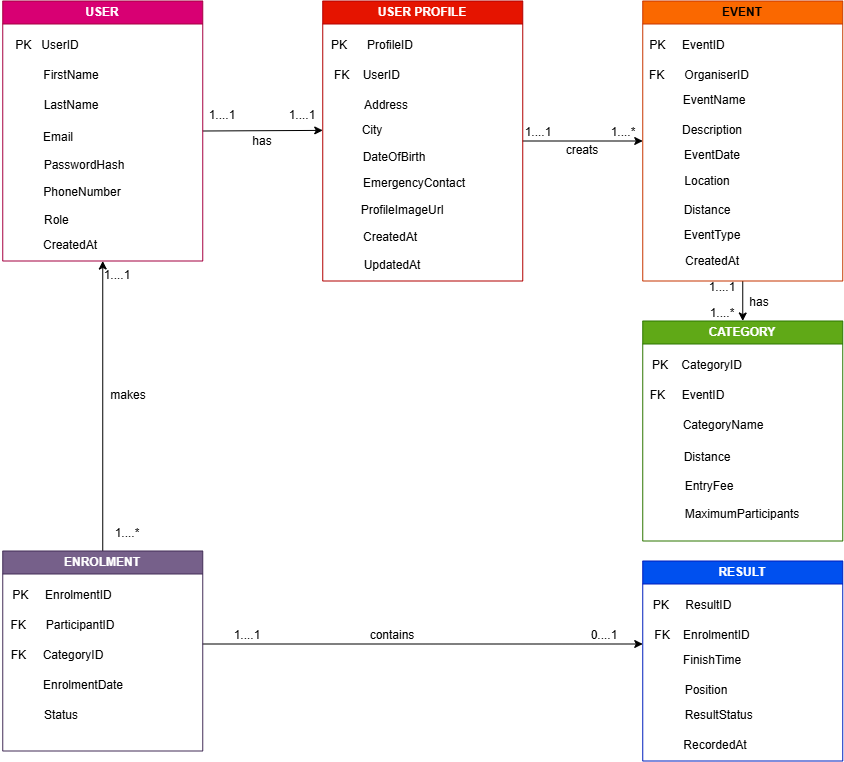
The draw.io diagram docs/RaceDay_ERD.png in Jaycrown7/ST10472632_PROG6212_POE_PART1_GROUP4, before a commit. Source tidied: cells renumbered, new cells last; positions are measured from the earlier drawing's top-left corner, leaving out a move shared by most shapes.
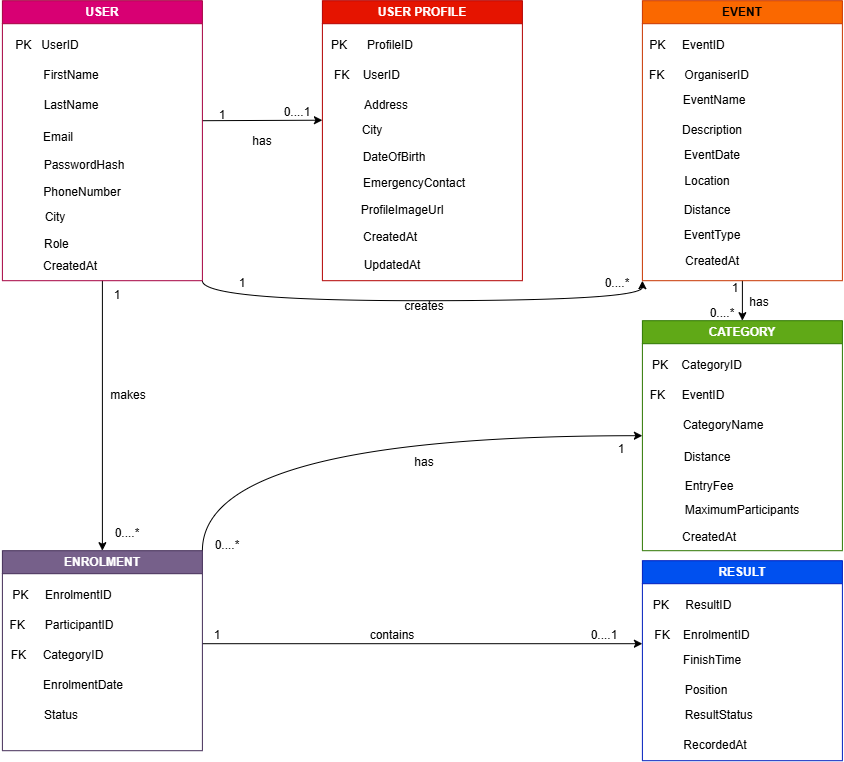
After the commit.

Commit message:
NEW Final RaceDay ERD

Change to the diagram source:
```diff
@@ -2,13 +2,19 @@
   <root>
     <mxCell id="0" />
     <mxCell id="1" parent="0" />
-    <mxCell id="2" style="edgeStyle=none;rounded=0;jettySize=auto;html=1;exitX=1;exitY=0.5;exitDx=0;exitDy=0;" parent="1" edge="1" source="3">
+    <mxCell id="2" style="edgeStyle=none;rounded=0;jettySize=auto;html=1;exitX=1;exitY=0.5;exitDx=0;exitDy=0;entryX=1;entryY=0.75;entryDx=0;entryDy=0;" parent="1" edge="1" target="54">
       <mxGeometry relative="1" as="geometry">
-        <mxPoint x="322" y="129.4" as="targetPoint" />
+        <mxPoint x="202" y="120" as="sourcePoint" />
       </mxGeometry>
     </mxCell>
+    <mxCell id="71" style="edgeStyle=none;rounded=0;jettySize=auto;html=1;exitX=0.5;exitY=1;exitDx=0;exitDy=0;" parent="1" edge="1" source="3" target="33">
+      <mxGeometry relative="1" as="geometry" />
+    </mxCell>
+    <mxCell id="72" style="edgeStyle=orthogonalEdgeStyle;curved=1;rounded=0;jettySize=auto;html=1;exitX=1;exitY=1;exitDx=0;exitDy=0;entryX=0;entryY=1;entryDx=0;entryDy=0;" parent="1" edge="1" source="3" target="21">
+      <mxGeometry relative="1" as="geometry" />
+    </mxCell>
     <mxCell id="3" value="USER" style="swimlane;whiteSpace=wrap;html=1;fillColor=#d80073;strokeColor=#A50040;fontColor=#ffffff;" parent="1" vertex="1">
-      <mxGeometry x="2" width="200" height="260" as="geometry" />
+      <mxGeometry x="2" width="200" height="280" as="geometry" />
     </mxCell>
     <mxCell id="4" value="PK&amp;nbsp; &amp;nbsp;UserID" style="text;html=1;whiteSpace=wrap;strokeColor=none;fillColor=none;align=center;verticalAlign=middle;rounded=0;" parent="3" vertex="1">
       <mxGeometry x="10" y="30" width="70" height="30" as="geometry" />
@@ -26,17 +32,14 @@
       <mxGeometry x="32" y="150" width="100" height="30" as="geometry" />
     </mxCell>
     <mxCell id="9" value="&amp;nbsp; &amp;nbsp; &amp;nbsp;Role" style="text;html=1;whiteSpace=wrap;strokeColor=none;fillColor=none;align=center;verticalAlign=middle;rounded=0;" parent="3" vertex="1">
-      <mxGeometry x="16" y="204" width="60" height="30" as="geometry" />
+      <mxGeometry x="16" y="229" width="60" height="30" as="geometry" />
     </mxCell>
     <mxCell id="10" value="CreatedAt" style="text;html=1;whiteSpace=wrap;strokeColor=none;fillColor=none;align=center;verticalAlign=middle;rounded=0;" parent="3" vertex="1">
-      <mxGeometry x="38" y="230" width="60" height="30" as="geometry" />
+      <mxGeometry x="38" y="251" width="60" height="30" as="geometry" />
     </mxCell>
     <mxCell id="11" value="PhoneNumber" style="text;html=1;whiteSpace=wrap;strokeColor=none;fillColor=none;align=center;verticalAlign=middle;rounded=0;" parent="3" vertex="1">
       <mxGeometry x="50" y="177" width="60" height="30" as="geometry" />
     </mxCell>
-    <mxCell id="12" style="edgeStyle=none;rounded=0;jettySize=auto;html=1;exitX=1;exitY=0.5;exitDx=0;exitDy=0;entryX=0;entryY=0.5;entryDx=0;entryDy=0;" parent="1" edge="1" source="13" target="21">
-      <mxGeometry relative="1" as="geometry" />
-    </mxCell>
     <mxCell id="13" value="USER PROFILE" style="swimlane;whiteSpace=wrap;html=1;fillColor=#e51400;strokeColor=#B20000;fontColor=#ffffff;" parent="1" vertex="1">
       <mxGeometry x="322" width="200" height="280" as="geometry" />
     </mxCell>
@@ -91,15 +94,15 @@
     <mxCell id="30" value="Distance" style="text;html=1;whiteSpace=wrap;strokeColor=none;fillColor=none;align=center;verticalAlign=middle;rounded=0;" parent="21" vertex="1">
       <mxGeometry x="35" y="195" width="60" height="30" as="geometry" />
     </mxCell>
-    <mxCell id="31" style="edgeStyle=none;rounded=0;jettySize=auto;html=1;exitX=0.5;exitY=0;exitDx=0;exitDy=0;entryX=0.5;entryY=1;entryDx=0;entryDy=0;" parent="1" edge="1" source="33" target="3">
-      <mxGeometry relative="1" as="geometry" />
-    </mxCell>
     <mxCell id="32" style="edgeStyle=none;rounded=0;orthogonalLoop=1;jettySize=auto;html=1;exitX=1;exitY=0.5;exitDx=0;exitDy=0;" parent="1" edge="1">
       <mxGeometry relative="1" as="geometry">
         <mxPoint x="202" y="643" as="sourcePoint" />
         <mxPoint x="642" y="643" as="targetPoint" />
       </mxGeometry>
     </mxCell>
+    <mxCell id="73" style="edgeStyle=orthogonalEdgeStyle;curved=1;rounded=0;jettySize=auto;html=1;exitX=1;exitY=0;exitDx=0;exitDy=0;entryX=0;entryY=0.5;entryDx=0;entryDy=0;" parent="1" edge="1" source="33" target="39">
+      <mxGeometry relative="1" as="geometry" />
+    </mxCell>
     <mxCell id="33" value="ENROLMENT" style="swimlane;whiteSpace=wrap;html=1;fillColor=#76608a;strokeColor=#432D57;fontColor=#ffffff;" parent="1" vertex="1">
       <mxGeometry x="2" y="550" width="200" height="200" as="geometry" />
     </mxCell>
@@ -119,7 +122,7 @@
       <mxGeometry x="29" y="150" width="60" height="30" as="geometry" />
     </mxCell>
     <mxCell id="39" value="CATEGORY" style="swimlane;whiteSpace=wrap;html=1;fillColor=#60a917;strokeColor=#2D7600;fontColor=#ffffff;" parent="1" vertex="1">
-      <mxGeometry x="642" y="320" width="200" height="220" as="geometry" />
+      <mxGeometry x="642" y="320" width="200" height="230" as="geometry" />
     </mxCell>
     <mxCell id="40" value="PK&amp;nbsp; &amp;nbsp; CategoryID" style="text;html=1;whiteSpace=wrap;strokeColor=none;fillColor=none;align=center;verticalAlign=middle;rounded=0;" parent="39" vertex="1">
       <mxGeometry y="30" width="110" height="30" as="geometry" />
@@ -137,8 +140,11 @@
       <mxGeometry x="37" y="151" width="60" height="30" as="geometry" />
     </mxCell>
     <mxCell id="45" value="MaximumParticipants" style="text;html=1;whiteSpace=wrap;strokeColor=none;fillColor=none;align=center;verticalAlign=middle;rounded=0;" parent="39" vertex="1">
-      <mxGeometry x="70" y="179" width="60" height="30" as="geometry" />
+      <mxGeometry x="70" y="175" width="60" height="30" as="geometry" />
     </mxCell>
+    <mxCell id="74" value="CreatedAt" style="text;html=1;whiteSpace=wrap;strokeColor=none;fillColor=none;align=center;verticalAlign=middle;rounded=0;" parent="39" vertex="1">
+      <mxGeometry x="37" y="202" width="60" height="30" as="geometry" />
+    </mxCell>
     <mxCell id="46" value="RESULT" style="swimlane;whiteSpace=wrap;html=1;fillColor=#0050ef;fontColor=#ffffff;strokeColor=#001DBC;" parent="1" vertex="1">
       <mxGeometry x="642" y="560" width="200" height="200" as="geometry" />
     </mxCell>
@@ -160,17 +166,17 @@
     <mxCell id="52" value="RecordedAt" style="text;html=1;whiteSpace=wrap;strokeColor=none;fillColor=none;align=center;verticalAlign=middle;rounded=0;" parent="46" vertex="1">
       <mxGeometry x="43" y="170" width="60" height="30" as="geometry" />
     </mxCell>
-    <mxCell id="53" value="1....1" style="text;html=1;whiteSpace=wrap;strokeColor=none;fillColor=none;align=center;verticalAlign=middle;rounded=0;" parent="1" vertex="1">
+    <mxCell id="53" value="1" style="text;html=1;whiteSpace=wrap;strokeColor=none;fillColor=none;align=center;verticalAlign=middle;rounded=0;" parent="1" vertex="1">
       <mxGeometry x="192" y="100" width="60" height="30" as="geometry" />
     </mxCell>
-    <mxCell id="54" value="1....1" style="text;html=1;whiteSpace=wrap;strokeColor=none;fillColor=none;align=center;verticalAlign=middle;rounded=0;" parent="1" vertex="1">
-      <mxGeometry x="272" y="100" width="60" height="30" as="geometry" />
+    <mxCell id="54" value="0....1" style="text;html=1;whiteSpace=wrap;strokeColor=none;fillColor=none;align=center;verticalAlign=middle;rounded=0;" parent="1" vertex="1">
+      <mxGeometry x="272" y="97" width="50" height="30" as="geometry" />
     </mxCell>
-    <mxCell id="55" value="1....*" style="text;html=1;whiteSpace=wrap;strokeColor=none;fillColor=none;align=center;verticalAlign=middle;rounded=0;" parent="1" vertex="1">
+    <mxCell id="55" value="0....*" style="text;html=1;whiteSpace=wrap;strokeColor=none;fillColor=none;align=center;verticalAlign=middle;rounded=0;" parent="1" vertex="1">
       <mxGeometry x="102" y="518" width="50" height="30" as="geometry" />
     </mxCell>
-    <mxCell id="56" value="1....1" style="text;html=1;whiteSpace=wrap;strokeColor=none;fillColor=none;align=center;verticalAlign=middle;rounded=0;" parent="1" vertex="1">
-      <mxGeometry x="92" y="260" width="50" height="30" as="geometry" />
+    <mxCell id="56" value="1" style="text;html=1;whiteSpace=wrap;strokeColor=none;fillColor=none;align=center;verticalAlign=middle;rounded=0;" parent="1" vertex="1">
+      <mxGeometry x="92" y="280" width="50" height="30" as="geometry" />
     </mxCell>
     <mxCell id="57" value="Address" style="text;html=1;whiteSpace=wrap;strokeColor=none;fillColor=none;align=center;verticalAlign=middle;rounded=0;" parent="1" vertex="1">
       <mxGeometry x="356" y="90" width="60" height="30" as="geometry" />
@@ -181,24 +187,18 @@
     <mxCell id="59" value="CreatedAt" style="text;html=1;whiteSpace=wrap;strokeColor=none;fillColor=none;align=center;verticalAlign=middle;rounded=0;" parent="1" vertex="1">
       <mxGeometry x="360" y="222" width="60" height="30" as="geometry" />
     </mxCell>
-    <mxCell id="60" value="1....1" style="text;html=1;whiteSpace=wrap;strokeColor=none;fillColor=none;align=center;verticalAlign=middle;rounded=0;" parent="1" vertex="1">
-      <mxGeometry x="222" y="620" width="50" height="30" as="geometry" />
+    <mxCell id="60" value="1" style="text;html=1;whiteSpace=wrap;strokeColor=none;fillColor=none;align=center;verticalAlign=middle;rounded=0;" parent="1" vertex="1">
+      <mxGeometry x="192" y="620" width="50" height="30" as="geometry" />
     </mxCell>
     <mxCell id="61" value="0....1" style="text;html=1;whiteSpace=wrap;strokeColor=none;fillColor=none;align=center;verticalAlign=middle;rounded=0;" parent="1" vertex="1">
       <mxGeometry x="574" y="620" width="60" height="30" as="geometry" />
     </mxCell>
-    <mxCell id="62" value="1....1" style="text;html=1;whiteSpace=wrap;strokeColor=none;fillColor=none;align=center;verticalAlign=middle;rounded=0;" parent="1" vertex="1">
-      <mxGeometry x="697" y="272" width="50" height="30" as="geometry" />
+    <mxCell id="62" value="1" style="text;html=1;whiteSpace=wrap;strokeColor=none;fillColor=none;align=center;verticalAlign=middle;rounded=0;" parent="1" vertex="1">
+      <mxGeometry x="710" y="273" width="50" height="30" as="geometry" />
     </mxCell>
-    <mxCell id="63" value="1....*" style="text;html=1;whiteSpace=wrap;strokeColor=none;fillColor=none;align=center;verticalAlign=middle;rounded=0;" parent="1" vertex="1">
+    <mxCell id="63" value="0....*" style="text;html=1;whiteSpace=wrap;strokeColor=none;fillColor=none;align=center;verticalAlign=middle;rounded=0;" parent="1" vertex="1">
       <mxGeometry x="697" y="298" width="50" height="30" as="geometry" />
     </mxCell>
-    <mxCell id="64" value="1....1" style="text;html=1;whiteSpace=wrap;strokeColor=none;fillColor=none;align=center;verticalAlign=middle;rounded=0;" parent="1" vertex="1">
-      <mxGeometry x="508" y="117" width="60" height="30" as="geometry" />
-    </mxCell>
-    <mxCell id="65" value="1....*" style="text;html=1;whiteSpace=wrap;strokeColor=none;fillColor=none;align=center;verticalAlign=middle;rounded=0;" parent="1" vertex="1">
-      <mxGeometry x="598" y="117" width="50" height="30" as="geometry" />
-    </mxCell>
     <mxCell id="66" value="has" style="text;html=1;whiteSpace=wrap;strokeColor=none;fillColor=none;align=center;verticalAlign=middle;rounded=0;" parent="1" vertex="1">
       <mxGeometry x="232" y="126" width="60" height="30" as="geometry" />
     </mxCell>
@@ -211,8 +211,26 @@
     <mxCell id="69" value="has" style="text;html=1;whiteSpace=wrap;strokeColor=none;fillColor=none;align=center;verticalAlign=middle;rounded=0;" parent="1" vertex="1">
       <mxGeometry x="729" y="287" width="60" height="30" as="geometry" />
     </mxCell>
-    <mxCell id="70" value="creats" style="text;html=1;whiteSpace=wrap;strokeColor=none;fillColor=none;align=center;verticalAlign=middle;rounded=0;" parent="1" vertex="1">
-      <mxGeometry x="552" y="135" width="60" height="30" as="geometry" />
-    </mxCell>
+    <mxCell id="75" value="City" style="text;html=1;whiteSpace=wrap;strokeColor=none;fillColor=none;align=center;verticalAlign=middle;rounded=0;" parent="1" vertex="1">
+      <mxGeometry x="25" y="202" width="60" height="30" as="geometry" />
+    </mxCell>
+    <mxCell id="76" value="1" style="text;html=1;whiteSpace=wrap;strokeColor=none;fillColor=none;align=center;verticalAlign=middle;rounded=0;" parent="1" vertex="1">
+      <mxGeometry x="212" y="268" width="60" height="30" as="geometry" />
+    </mxCell>
+    <mxCell id="77" value="0....*" style="text;html=1;whiteSpace=wrap;strokeColor=none;fillColor=none;align=center;verticalAlign=middle;rounded=0;" parent="1" vertex="1">
+      <mxGeometry x="592" y="268" width="50" height="30" as="geometry" />
+    </mxCell>
+    <mxCell id="78" value="creates" style="text;html=1;whiteSpace=wrap;strokeColor=none;fillColor=none;align=center;verticalAlign=middle;rounded=0;" parent="1" vertex="1">
+      <mxGeometry x="394" y="291" width="60" height="30" as="geometry" />
+    </mxCell>
+    <mxCell id="79" value="0....*" style="text;html=1;whiteSpace=wrap;strokeColor=none;fillColor=none;align=center;verticalAlign=middle;rounded=0;" parent="1" vertex="1">
+      <mxGeometry x="202" y="530" width="50" height="30" as="geometry" />
+    </mxCell>
+    <mxCell id="80" value="1" style="text;html=1;whiteSpace=wrap;strokeColor=none;fillColor=none;align=center;verticalAlign=middle;rounded=0;" parent="1" vertex="1">
+      <mxGeometry x="596" y="434" width="50" height="30" as="geometry" />
+    </mxCell>
+    <mxCell id="81" value="has" style="text;html=1;whiteSpace=wrap;strokeColor=none;fillColor=none;align=center;verticalAlign=middle;rounded=0;" parent="1" vertex="1">
+      <mxGeometry x="394" y="447" width="60" height="30" as="geometry" />
+    </mxCell>
   </root>
 </mxGraphModel>
```
